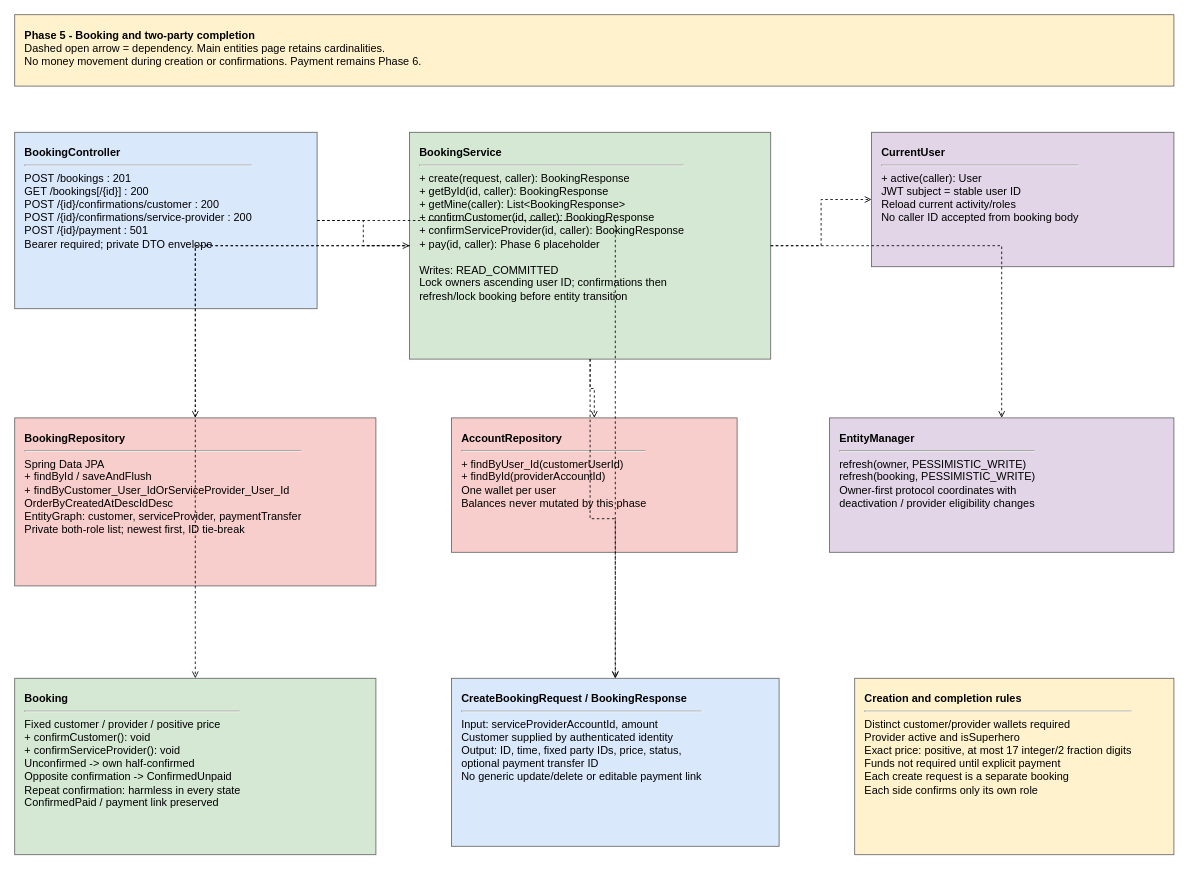
ezra-jeo/MCO1-ezra-jeo keeps this draw.io diagram as page "Phase 5 bookings and completion" (5 of 13) of Kingpay.drawio. Above is the earlier version. Source tidied: cells renumbered, new cells numbered last; positions are measured from the earlier drawing's top-left corner, leaving out a move shared by most shapes. Both pictures are drawn from the tidied source at 84%, with x=0, y=0 at pixel (14, 14).
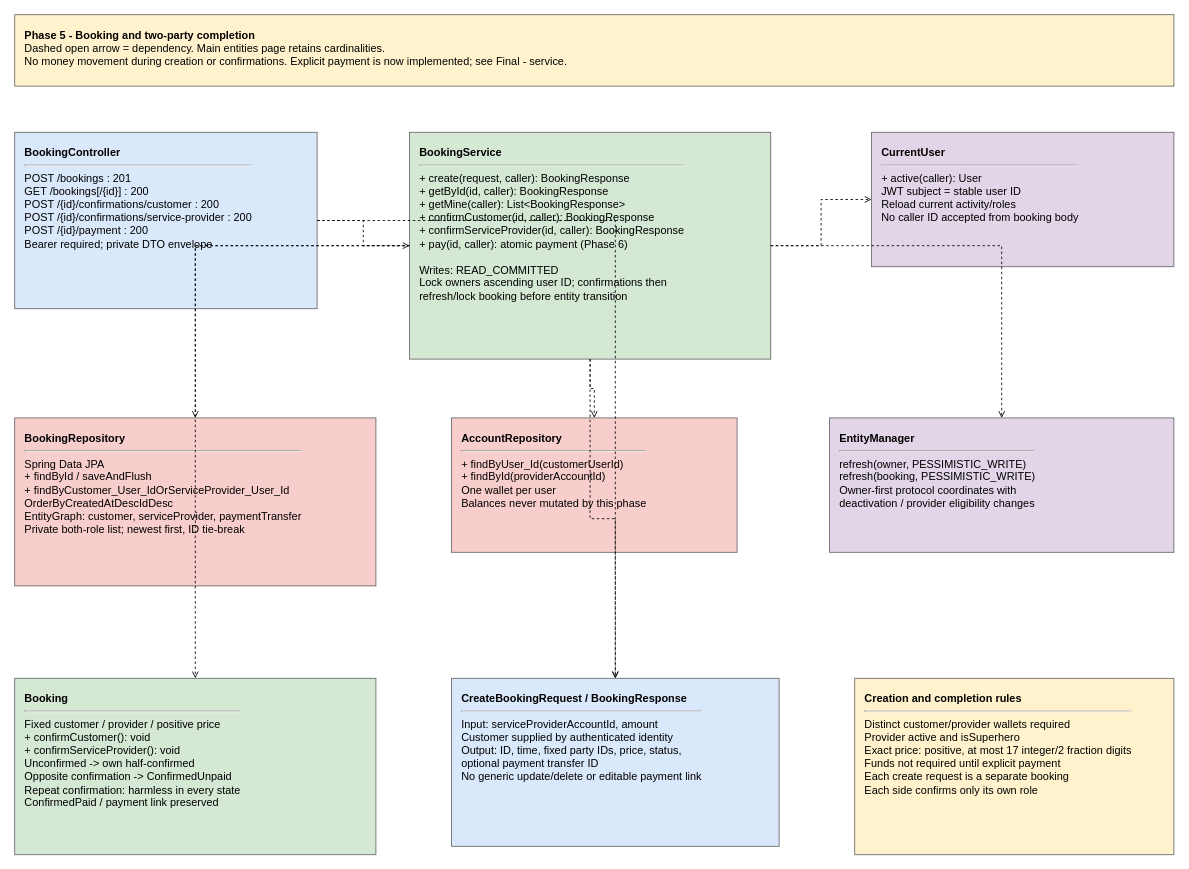
Above is the later version.

The edit, as a diff of the source:
```diff
@@
 <mxGraphModel>
   <root>
     <mxCell id="0" />
     <mxCell id="1" parent="0" />
-    <mxCell id="2" value="&lt;b&gt;Phase 5 - Booking and two-party completion&lt;/b&gt;&lt;br&gt;Dashed open arrow = dependency. Main entities page retains cardinalities.&lt;br&gt;No money movement during creation or confirmations. Payment remains Phase 6." style="rounded=0;whiteSpace=wrap;html=1;align=left;verticalAlign=top;spacing=12;fontSize=13;fillColor=#fff2cc;strokeColor=#666666;" parent="1" vertex="1">
+    <mxCell id="2" value="&lt;b&gt;Phase 5 - Booking and two-party completion&lt;/b&gt;&lt;br&gt;Dashed open arrow = dependency. Main entities page retains cardinalities.&lt;br&gt;No money movement during creation or confirmations. Explicit payment is now implemented; see Final - service." style="rounded=0;whiteSpace=wrap;html=1;align=left;verticalAlign=top;spacing=12;fontSize=13;fillColor=#fff2cc;strokeColor=#666666;" parent="1" vertex="1">
       <mxGeometry width="1380" height="85" as="geometry" />
     </mxCell>
-    <mxCell id="3" value="&lt;b&gt;BookingController&lt;/b&gt;&lt;hr&gt;POST /bookings : 201&lt;br&gt;GET /bookings[/{id}] : 200&lt;br&gt;POST /{id}/confirmations/customer : 200&lt;br&gt;POST /{id}/confirmations/service-provider : 200&lt;br&gt;POST /{id}/payment : 501&lt;br&gt;Bearer required; private DTO envelope" style="rounded=0;whiteSpace=wrap;html=1;align=left;verticalAlign=top;spacing=12;fontSize=13;fillColor=#dae8fc;strokeColor=#666666;" parent="1" vertex="1">
+    <mxCell id="3" value="&lt;b&gt;BookingController&lt;/b&gt;&lt;hr&gt;POST /bookings : 201&lt;br&gt;GET /bookings[/{id}] : 200&lt;br&gt;POST /{id}/confirmations/customer : 200&lt;br&gt;POST /{id}/confirmations/service-provider : 200&lt;br&gt;POST /{id}/payment : 200&lt;br&gt;Bearer required; private DTO envelope" style="rounded=0;whiteSpace=wrap;html=1;align=left;verticalAlign=top;spacing=12;fontSize=13;fillColor=#dae8fc;strokeColor=#666666;" parent="1" vertex="1">
       <mxGeometry y="140" width="360" height="210" as="geometry" />
     </mxCell>
-    <mxCell id="4" value="&lt;b&gt;BookingService&lt;/b&gt;&lt;hr&gt;+ create(request, caller): BookingResponse&lt;br&gt;+ getById(id, caller): BookingResponse&lt;br&gt;+ getMine(caller): List&amp;lt;BookingResponse&amp;gt;&lt;br&gt;+ confirmCustomer(id, caller): BookingResponse&lt;br&gt;+ confirmServiceProvider(id, caller): BookingResponse&lt;br&gt;+ pay(id, caller): Phase 6 placeholder&lt;br&gt;&lt;br&gt;Writes: READ_COMMITTED&lt;br&gt;Lock owners ascending user ID; confirmations then&lt;br&gt;refresh/lock booking before entity transition" style="rounded=0;whiteSpace=wrap;html=1;align=left;verticalAlign=top;spacing=12;fontSize=13;fillColor=#d5e8d4;strokeColor=#666666;" parent="1" vertex="1">
+    <mxCell id="4" value="&lt;b&gt;BookingService&lt;/b&gt;&lt;hr&gt;+ create(request, caller): BookingResponse&lt;br&gt;+ getById(id, caller): BookingResponse&lt;br&gt;+ getMine(caller): List&amp;lt;BookingResponse&amp;gt;&lt;br&gt;+ confirmCustomer(id, caller): BookingResponse&lt;br&gt;+ confirmServiceProvider(id, caller): BookingResponse&lt;br&gt;+ pay(id, caller): atomic payment (Phase 6)&lt;br&gt;&lt;br&gt;Writes: READ_COMMITTED&lt;br&gt;Lock owners ascending user ID; confirmations then&lt;br&gt;refresh/lock booking before entity transition" style="rounded=0;whiteSpace=wrap;html=1;align=left;verticalAlign=top;spacing=12;fontSize=13;fillColor=#d5e8d4;strokeColor=#666666;" parent="1" vertex="1">
       <mxGeometry x="470" y="140" width="430" height="270" as="geometry" />
     </mxCell>
     <mxCell id="5" value="&lt;b&gt;CurrentUser&lt;/b&gt;&lt;hr&gt;+ active(caller): User&lt;br&gt;JWT subject = stable user ID&lt;br&gt;Reload current activity/roles&lt;br&gt;No caller ID accepted from booking body" style="rounded=0;whiteSpace=wrap;html=1;align=left;verticalAlign=top;spacing=12;fontSize=13;fillColor=#e1d5e7;strokeColor=#666666;" parent="1" vertex="1">
       <mxGeometry x="1020" y="140" width="360" height="160" as="geometry" />
     </mxCell>
     <mxCell id="6" value="&lt;b&gt;BookingRepository&lt;/b&gt;&lt;hr&gt;Spring Data JPA&lt;br&gt;+ findById / saveAndFlush&lt;br&gt;+ findByCustomer_User_IdOrServiceProvider_User_Id&lt;br&gt;  OrderByCreatedAtDescIdDesc&lt;br&gt;EntityGraph: customer, serviceProvider, paymentTransfer&lt;br&gt;Private both-role list; newest first, ID tie-break" style="rounded=0;whiteSpace=wrap;html=1;align=left;verticalAlign=top;spacing=12;fontSize=13;fillColor=#f8cecc;strokeColor=#666666;" parent="1" vertex="1">
       <mxGeometry y="480" width="430" height="200" as="geometry" />
     </mxCell>
     <mxCell id="7" value="&lt;b&gt;AccountRepository&lt;/b&gt;&lt;hr&gt;+ findByUser_Id(customerUserId)&lt;br&gt;+ findById(providerAccountId)&lt;br&gt;One wallet per user&lt;br&gt;Balances never mutated by this phase" style="rounded=0;whiteSpace=wrap;html=1;align=left;verticalAlign=top;spacing=12;fontSize=13;fillColor=#f8cecc;strokeColor=#666666;" parent="1" vertex="1">
       <mxGeometry x="520" y="480" width="340" height="160" as="geometry" />
     </mxCell>
     <mxCell id="8" value="&lt;b&gt;EntityManager&lt;/b&gt;&lt;hr&gt;refresh(owner, PESSIMISTIC_WRITE)&lt;br&gt;refresh(booking, PESSIMISTIC_WRITE)&lt;br&gt;Owner-first protocol coordinates with&lt;br&gt;deactivation / provider eligibility changes" style="rounded=0;whiteSpace=wrap;html=1;align=left;verticalAlign=top;spacing=12;fontSize=13;fillColor=#e1d5e7;strokeColor=#666666;" parent="1" vertex="1">
       <mxGeometry x="970" y="480" width="410" height="160" as="geometry" />
     </mxCell>
     <mxCell id="9" value="&lt;b&gt;Booking&lt;/b&gt;&lt;hr&gt;Fixed customer / provider / positive price&lt;br&gt;+ confirmCustomer(): void&lt;br&gt;+ confirmServiceProvider(): void&lt;br&gt;Unconfirmed -&amp;gt; own half-confirmed&lt;br&gt;Opposite confirmation -&amp;gt; ConfirmedUnpaid&lt;br&gt;Repeat confirmation: harmless in every state&lt;br&gt;ConfirmedPaid / payment link preserved" style="rounded=0;whiteSpace=wrap;html=1;align=left;verticalAlign=top;spacing=12;fontSize=13;fillColor=#d5e8d4;strokeColor=#666666;" parent="1" vertex="1">
       <mxGeometry y="790" width="430" height="210" as="geometry" />
     </mxCell>
     <mxCell id="10" value="&lt;b&gt;CreateBookingRequest / BookingResponse&lt;/b&gt;&lt;hr&gt;Input: serviceProviderAccountId, amount&lt;br&gt;Customer supplied by authenticated identity&lt;br&gt;Output: ID, time, fixed party IDs, price, status,&lt;br&gt;optional payment transfer ID&lt;br&gt;No generic update/delete or editable payment link" style="rounded=0;whiteSpace=wrap;html=1;align=left;verticalAlign=top;spacing=12;fontSize=13;fillColor=#dae8fc;strokeColor=#666666;" parent="1" vertex="1">
       <mxGeometry x="520" y="790" width="390" height="200" as="geometry" />
     </mxCell>
     <mxCell id="11" value="&lt;b&gt;Creation and completion rules&lt;/b&gt;&lt;hr&gt;Distinct customer/provider wallets required&lt;br&gt;Provider active and isSuperhero&lt;br&gt;Exact price: positive, at most 17 integer/2 fraction digits&lt;br&gt;Funds not required until explicit payment&lt;br&gt;Each create request is a separate booking&lt;br&gt;Each side confirms only its own role" style="rounded=0;whiteSpace=wrap;html=1;align=left;verticalAlign=top;spacing=12;fontSize=13;fillColor=#fff2cc;strokeColor=#666666;" parent="1" vertex="1">
       <mxGeometry x="1000" y="790" width="380" height="210" as="geometry" />
     </mxCell>
     <mxCell id="12" style="edgeStyle=orthogonalEdgeStyle;rounded=0;html=1;dashed=1;endArrow=open;endFill=0;" parent="1" edge="1" source="3" target="4">
       <mxGeometry relative="1" as="geometry" />
     </mxCell>
     <mxCell id="13" style="edgeStyle=orthogonalEdgeStyle;rounded=0;html=1;dashed=1;endArrow=open;endFill=0;" parent="1" edge="1" source="4" target="5">
       <mxGeometry relative="1" as="geometry" />
     </mxCell>
     <mxCell id="14" style="edgeStyle=orthogonalEdgeStyle;rounded=0;html=1;dashed=1;endArrow=open;endFill=0;" parent="1" edge="1" source="4" target="6">
       <mxGeometry relative="1" as="geometry" />
     </mxCell>
     <mxCell id="15" style="edgeStyle=orthogonalEdgeStyle;rounded=0;html=1;dashed=1;endArrow=open;endFill=0;" parent="1" edge="1" source="4" target="7">
       <mxGeometry relative="1" as="geometry" />
     </mxCell>
     <mxCell id="16" style="edgeStyle=orthogonalEdgeStyle;rounded=0;html=1;dashed=1;endArrow=open;endFill=0;" parent="1" edge="1" source="4" target="8">
       <mxGeometry relative="1" as="geometry" />
     </mxCell>
     <mxCell id="17" style="edgeStyle=orthogonalEdgeStyle;rounded=0;html=1;dashed=1;endArrow=open;endFill=0;" parent="1" edge="1" source="4" target="9">
       <mxGeometry relative="1" as="geometry" />
     </mxCell>
     <mxCell id="18" style="edgeStyle=orthogonalEdgeStyle;rounded=0;html=1;dashed=1;endArrow=open;endFill=0;" parent="1" edge="1" source="4" target="10">
       <mxGeometry relative="1" as="geometry" />
     </mxCell>
     <mxCell id="19" style="edgeStyle=orthogonalEdgeStyle;rounded=0;html=1;dashed=1;endArrow=open;endFill=0;" parent="1" edge="1" source="3" target="10">
       <mxGeometry relative="1" as="geometry" />
     </mxCell>
   </root>
 </mxGraphModel>
```
